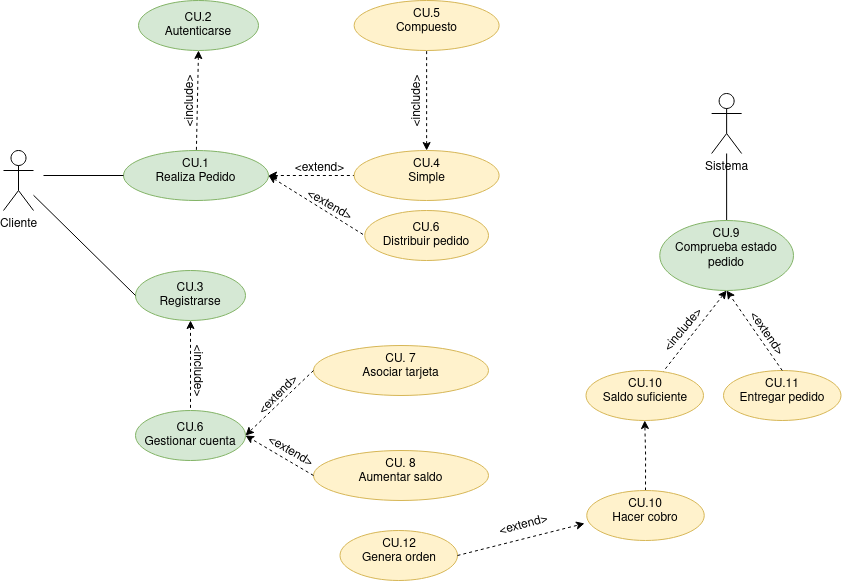
colidom/ets keeps this draw.io diagram as Tareas/casosUso/Tarea5-Tienda Virtual/TiendaVirtual.drawio.png. Above is the earlier version. Source tidied: cells renumbered, new cells last; positions are measured from the earlier drawing's top-left corner, leaving out a move shared by most shapes.
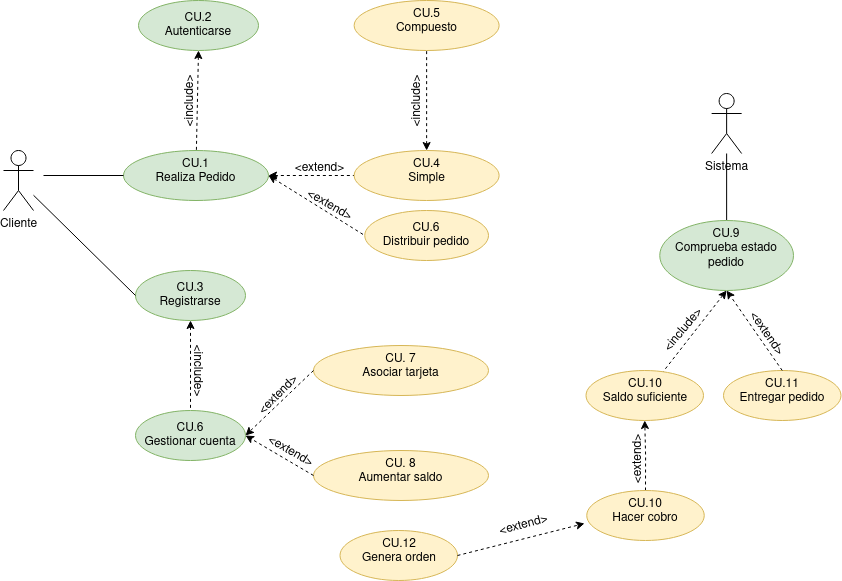
The same file after the commit.

Diff of the diagram source:
```diff
@@ -129,5 +129,8 @@
     <mxCell id="42" value="CU.10&lt;br&gt;Hacer cobro" style="ellipse;whiteSpace=wrap;html=1;verticalAlign=top;fillColor=#fff2cc;strokeColor=#d6b656;" parent="1" vertex="1">
       <mxGeometry x="583.2" y="490" width="117.5" height="50" as="geometry" />
     </mxCell>
+    <mxCell id="43" value="&amp;lt;extend&amp;gt;" style="text;html=1;align=center;verticalAlign=middle;strokeColor=none;fillColor=none;rotation=-90;" parent="1" vertex="1">
+      <mxGeometry x="600" y="444" width="70" height="30" as="geometry" />
+    </mxCell>
   </root>
 </mxGraphModel>
```
